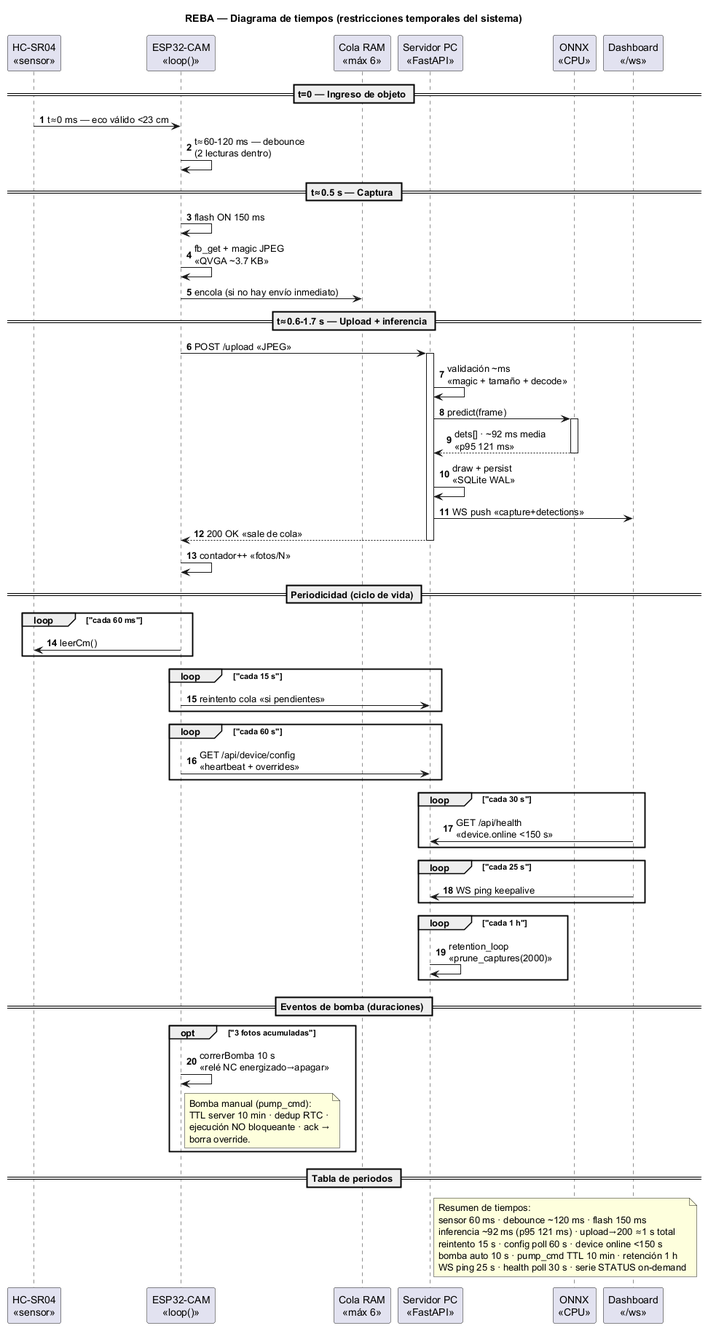
Earlier version of the PlantUML export docs/diagramas/uml/12_diagrama_tiempos.png (SebasHdez2006/reba_project). Source of this version:
```plantuml
@startuml 12_diagrama_tiempos
title REBA — Diagrama de tiempos (restricciones temporales del sistema)


autonumber

participant "HC-SR04\n«sensor»" as sr
participant "ESP32-CAM\n«loop()»" as esp
participant "Cola RAM\n«máx 6»" as cola
participant "Servidor PC\n«FastAPI»" as api
participant "ONNX\n«CPU»" as onnx
participant "Dashboard\n«/ws»" as dash

== t=0 — Ingreso de objeto ==
sr -> esp : t≈0 ms — eco válido <23 cm
esp -> esp : t≈60-120 ms — debounce\n(2 lecturas dentro)

== t≈0.5 s — Captura ==
esp -> esp : flash ON 150 ms
esp -> esp : fb_get + magic JPEG\n«QVGA ~3.7 KB»
esp -> cola : encola (si no hay envío inmediato)

== t≈0.6-1.7 s — Upload + inferencia ==
esp -> api : POST /upload «JPEG»
activate api
api -> api : validación ~ms\n«magic + tamaño + decode»
api -> onnx : predict(frame)
activate onnx
onnx --> api : dets[] · ~92 ms media\n«p95 121 ms»
deactivate onnx
api -> api : draw + persist\n«SQLite WAL»
api -> dash : WS push «capture+detections»
api --> esp : 200 OK «sale de cola»
deactivate api
esp -> esp : contador++ «fotos/N»

== Periodicidad (ciclo de vida) ==
loop "cada 60 ms"
  esp -> sr : leerCm()
end
loop "cada 15 s"
  esp -> api : reintento cola «si pendientes»
end
loop "cada 60 s"
  esp -> api : GET /api/device/config\n«heartbeat + overrides»
end
loop "cada 30 s"
  dash -> api : GET /api/health\n«device.online <150 s»
end
loop "cada 25 s"
  dash -> api : WS ping keepalive
end
loop "cada 1 h"
  api -> api : retention_loop\n«prune_captures(2000)»
end

== Eventos de bomba (duraciones) ==
opt "3 fotos acumuladas"
  esp -> esp : correrBomba 10 s\n«relé NC energizado→apagar»
  note right of esp
    Bomba manual (pump_cmd):
    TTL server 10 min · dedup RTC ·
    ejecución NO bloqueante · ack →
    borra override.
  end note
end

== Tabla de periodos ==
note right of api
  Resumen de tiempos:
  sensor 60 ms · debounce ~120 ms · flash 150 ms
  inferencia ~92 ms (p95 121 ms) · upload→200 ≈1 s total
  reintento 15 s · config poll 60 s · device online <150 s
  bomba auto 10 s · pump_cmd TTL 10 min · retención 1 h
  WS ping 25 s · health poll 30 s · serie STATUS on-demand
end note

@enduml
```
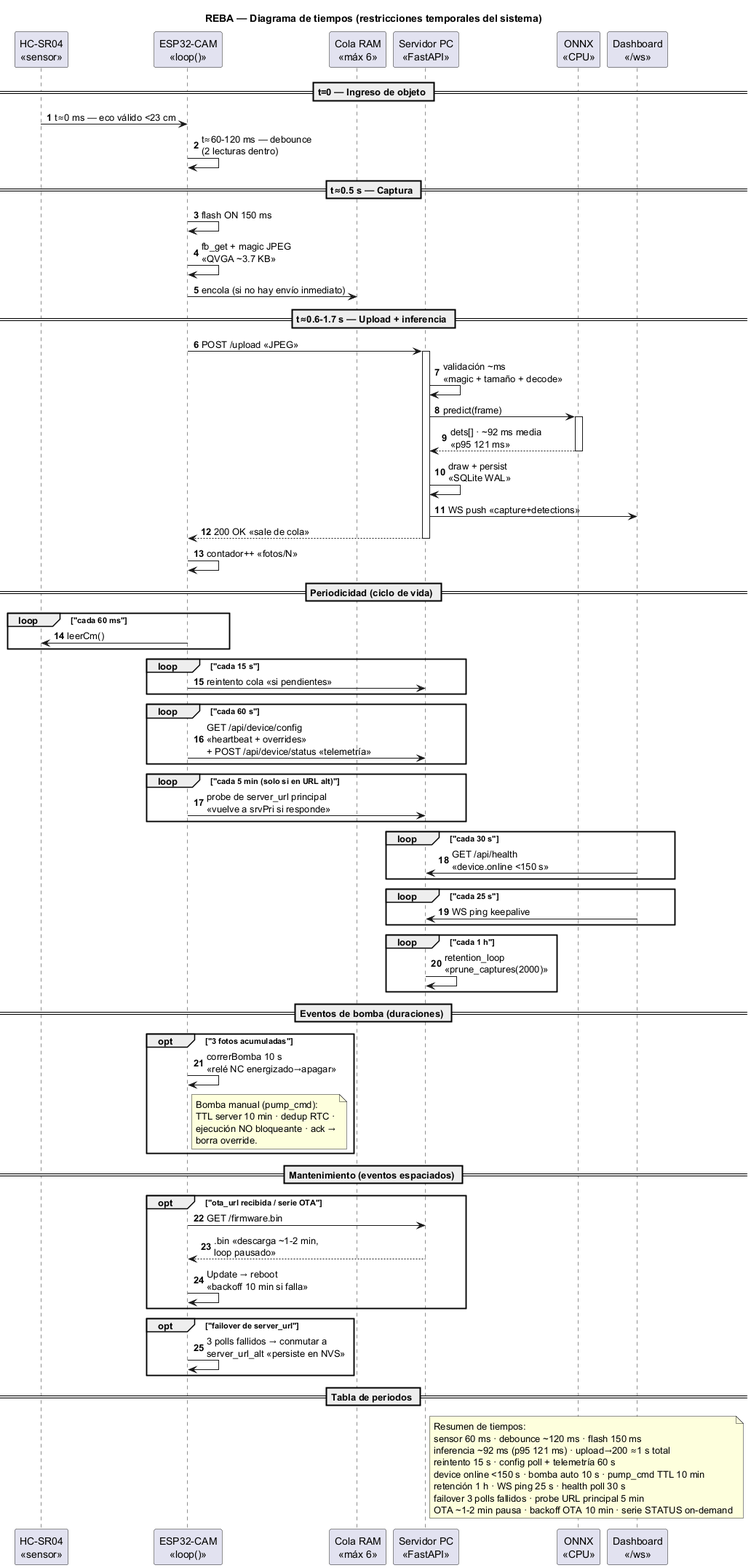
After the change.

What changed in the source:
```diff
@@ -42,7 +42,10 @@
   esp -> api : reintento cola «si pendientes»
 end
 loop "cada 60 s"
-  esp -> api : GET /api/device/config\n«heartbeat + overrides»
+  esp -> api : GET /api/device/config\n«heartbeat + overrides»\n+ POST /api/device/status «telemetría»
+end
+loop "cada 5 min (solo si en URL alt)"
+  esp -> api : probe de server_url principal\n«vuelve a srvPri si responde»
 end
 loop "cada 30 s"
   dash -> api : GET /api/health\n«device.online <150 s»
@@ -65,14 +68,26 @@
   end note
 end
 
+== Mantenimiento (eventos espaciados) ==
+opt "ota_url recibida / serie OTA"
+  esp -> api : GET /firmware.bin
+  api --> esp : .bin «descarga ~1-2 min,\nloop pausado»
+  esp -> esp : Update → reboot\n«backoff 10 min si falla»
+end
+opt "failover de server_url"
+  esp -> esp : 3 polls fallidos → conmutar a\nserver_url_alt «persiste en NVS»
+end
+
 == Tabla de periodos ==
 note right of api
   Resumen de tiempos:
   sensor 60 ms · debounce ~120 ms · flash 150 ms
   inferencia ~92 ms (p95 121 ms) · upload→200 ≈1 s total
-  reintento 15 s · config poll 60 s · device online <150 s
-  bomba auto 10 s · pump_cmd TTL 10 min · retención 1 h
-  WS ping 25 s · health poll 30 s · serie STATUS on-demand
+  reintento 15 s · config poll + telemetría 60 s
+  device online <150 s · bomba auto 10 s · pump_cmd TTL 10 min
+  retención 1 h · WS ping 25 s · health poll 30 s
+  failover 3 polls fallidos · probe URL principal 5 min
+  OTA ~1-2 min pausa · backoff OTA 10 min · serie STATUS on-demand
 end note
 
 @enduml
```
